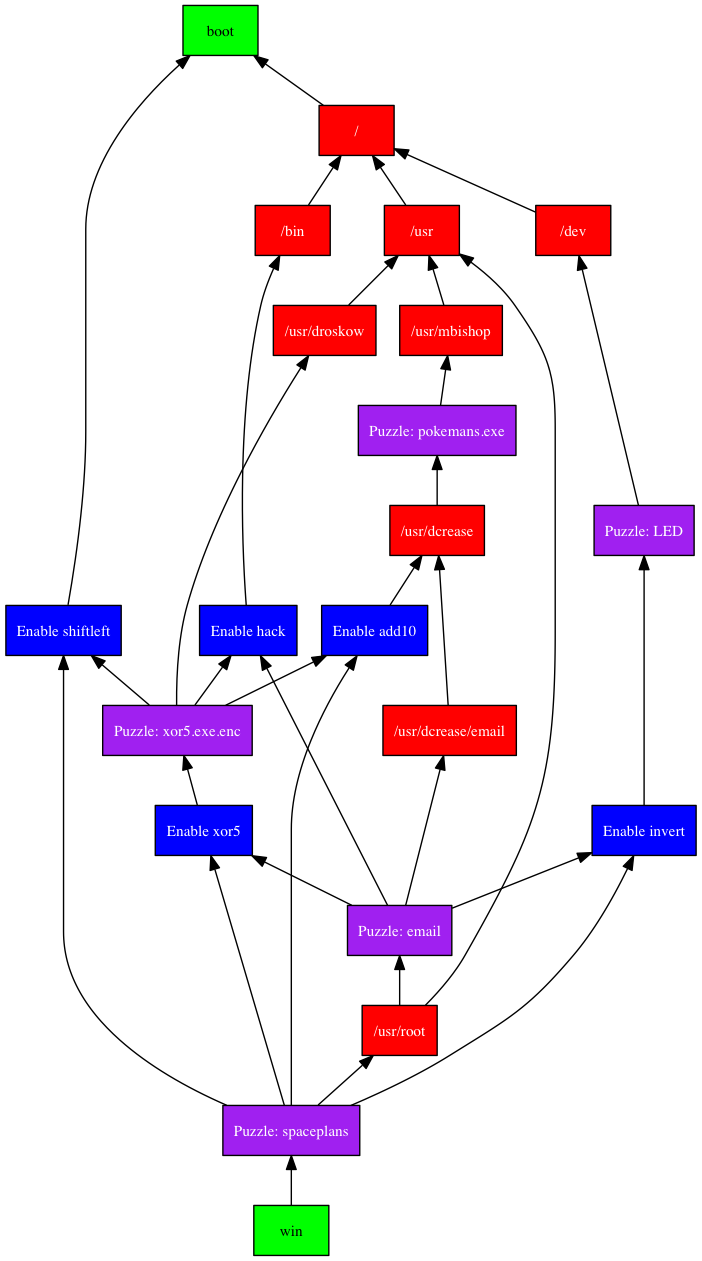
Before: NonUnityAssets/Dependencies/chart.dot.png, a diagram exported from Graphviz (pikkpoiss/ld36). Its source is kept beside it as NonUnityAssets/Dependencies/chart.dot.
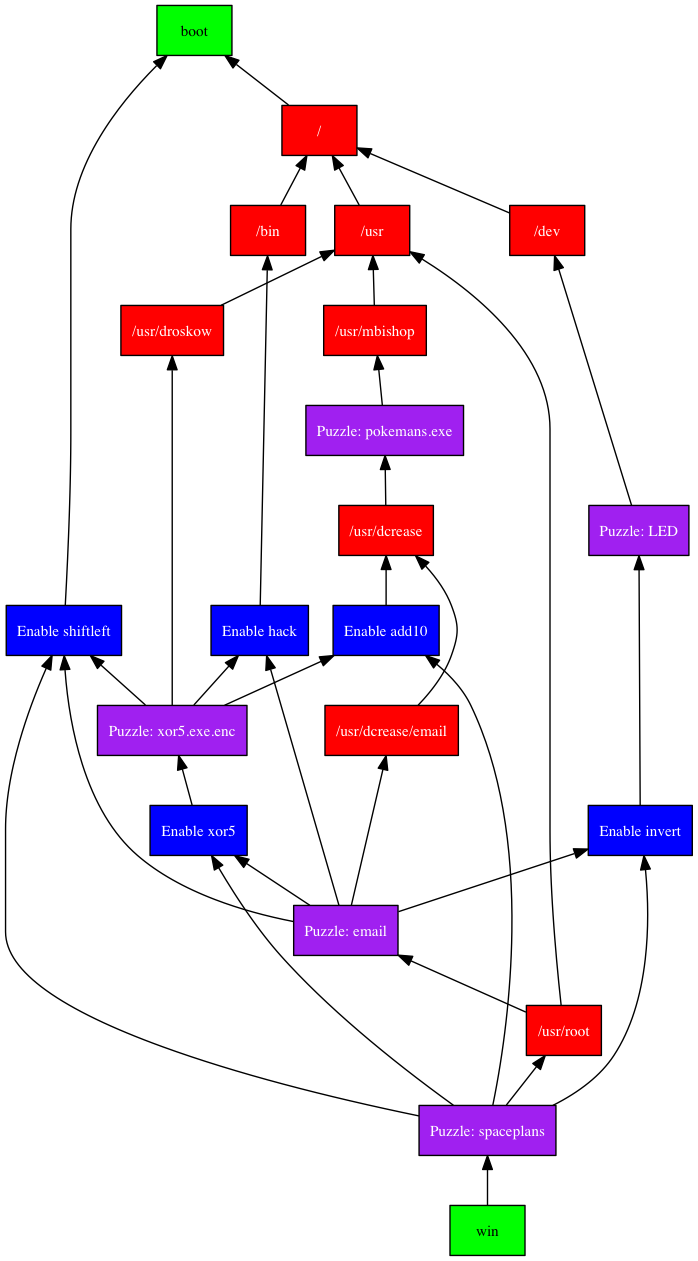
The same diagram one commit later.

Diff of the diagram source:
```diff
@@ -63,6 +63,7 @@
   puzzle_email -> enable_hack
   puzzle_email -> enable_xor5
   puzzle_email -> enable_invert
+  puzzle_email -> enable_left
   puzzle_email -> usr_dcrease_email
 
   puzzle_spaceplans -> enable_left
```
